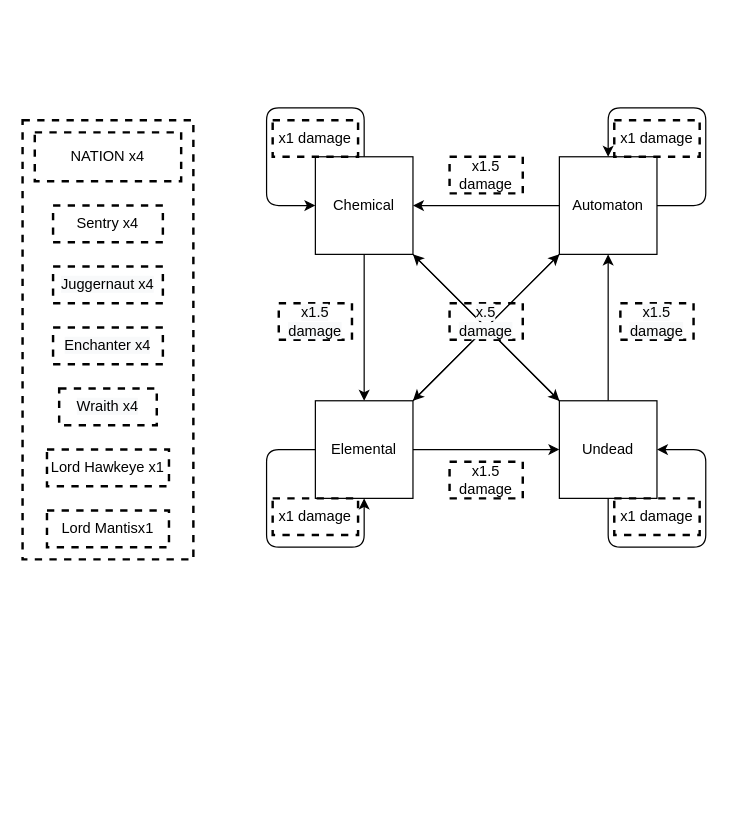
Earlier version of the draw.io diagram diagrams and cards/AllCardsAndElements.drawio (Bogdan405/PolyWarProject). Source tidied: cells renumbered, new cells numbered last; positions are measured from the earlier drawing's top-left corner, leaving out a move shared by most shapes. Both pictures are drawn from the tidied source at 122%, with x=0, y=0 at pixel (22, 107).
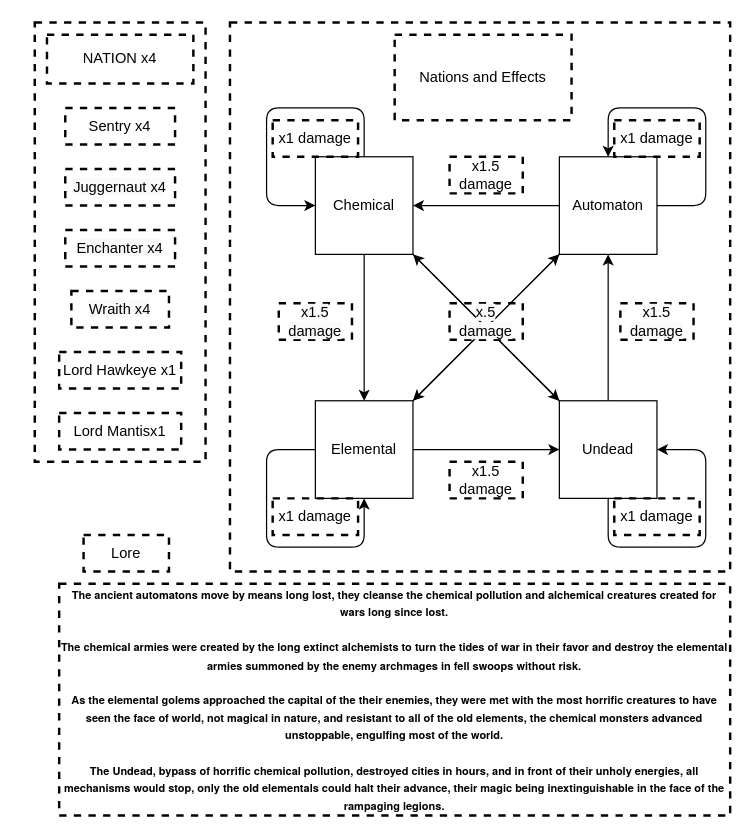
The same diagram, later.

Commit message (it also covers changes not shown here):
Finished Cards Diagram

What changed in the source:
```diff
@@
+    <mxCell id="35" style="rounded=0;whiteSpace=wrap;html=1;dashed=1;strokeColor=#000000;strokeWidth=2;" parent="1" vertex="1">
+      <mxGeometry x="170" y="-70" width="410" height="450" as="geometry" />
+    </mxCell>
@@
     <mxCell id="3" style="rounded=0;whiteSpace=wrap;html=1;dashed=1;strokeColor=#000000;strokeWidth=2;" parent="1" vertex="1">
-      <mxGeometry y="10" width="140" height="360" as="geometry" />
+      <mxGeometry x="10" y="-70" width="140" height="360" as="geometry" />
     </mxCell>
@@
     <mxCell id="14" value="NATION x4" style="rounded=0;whiteSpace=wrap;html=1;dashed=1;strokeColor=#000000;strokeWidth=2;" parent="1" vertex="1">
-      <mxGeometry x="10" y="20" width="120" height="40" as="geometry" />
+      <mxGeometry x="20" y="-60" width="120" height="40" as="geometry" />
     </mxCell>
     <mxCell id="15" value="Lord Mantisx1" style="rounded=0;whiteSpace=wrap;html=1;dashed=1;strokeColor=#000000;strokeWidth=2;" parent="1" vertex="1">
-      <mxGeometry x="20" y="330" width="100" height="30" as="geometry" />
+      <mxGeometry x="30" y="250" width="100" height="30" as="geometry" />
     </mxCell>
     <mxCell id="16" value="Lord Hawkeye x1" style="rounded=0;whiteSpace=wrap;html=1;dashed=1;strokeColor=#000000;strokeWidth=2;" parent="1" vertex="1">
-      <mxGeometry x="20" y="280" width="100" height="30" as="geometry" />
+      <mxGeometry x="30" y="200" width="100" height="30" as="geometry" />
     </mxCell>
     <mxCell id="17" value="&lt;span style=&quot;color: rgb(0 , 0 , 0) ; font-family: &amp;#34;helvetica&amp;#34; ; font-size: 12px ; font-style: normal ; font-weight: 400 ; letter-spacing: normal ; text-align: center ; text-indent: 0px ; text-transform: none ; word-spacing: 0px ; background-color: rgb(248 , 249 , 250) ; display: inline ; float: none&quot;&gt;Wraith x4&lt;/span&gt;" style="rounded=0;whiteSpace=wrap;html=1;dashed=1;strokeColor=#000000;strokeWidth=2;" parent="1" vertex="1">
-      <mxGeometry x="30" y="230" width="80" height="30" as="geometry" />
+      <mxGeometry x="40" y="150" width="80" height="30" as="geometry" />
     </mxCell>
     <mxCell id="18" value="&lt;span style=&quot;color: rgb(0 , 0 , 0) ; font-family: &amp;#34;helvetica&amp;#34; ; font-size: 12px ; font-style: normal ; font-weight: 400 ; letter-spacing: normal ; text-align: center ; text-indent: 0px ; text-transform: none ; word-spacing: 0px ; background-color: rgb(248 , 249 , 250) ; display: inline ; float: none&quot;&gt;Juggernaut x4&lt;/span&gt;" style="rounded=0;whiteSpace=wrap;html=1;dashed=1;strokeColor=#000000;strokeWidth=2;" parent="1" vertex="1">
-      <mxGeometry x="25" y="130" width="90" height="30" as="geometry" />
+      <mxGeometry x="35" y="50" width="90" height="30" as="geometry" />
     </mxCell>
     <mxCell id="19" value="&lt;span style=&quot;color: rgb(0 , 0 , 0) ; font-family: &amp;#34;helvetica&amp;#34; ; font-size: 12px ; font-style: normal ; font-weight: 400 ; letter-spacing: normal ; text-align: center ; text-indent: 0px ; text-transform: none ; word-spacing: 0px ; background-color: rgb(248 , 249 , 250) ; display: inline ; float: none&quot;&gt;Enchanter x4&lt;/span&gt;" style="rounded=0;whiteSpace=wrap;html=1;dashed=1;strokeColor=#000000;strokeWidth=2;" parent="1" vertex="1">
-      <mxGeometry x="25" y="180" width="90" height="30" as="geometry" />
+      <mxGeometry x="35" y="100" width="90" height="30" as="geometry" />
     </mxCell>
     <mxCell id="20" value="Sentry x4" style="rounded=0;whiteSpace=wrap;html=1;dashed=1;strokeColor=#000000;strokeWidth=2;" parent="1" vertex="1">
-      <mxGeometry x="25" y="80" width="90" height="30" as="geometry" />
+      <mxGeometry x="35" width="90" height="30" as="geometry" />
     </mxCell>
@@
+    <mxCell id="36" value="Nations and Effects&lt;br&gt;" style="text;html=1;fillColor=none;align=center;verticalAlign=middle;whiteSpace=wrap;rounded=0;dashed=1;strokeWidth=2;strokeColor=#000000;" parent="1" vertex="1">
+      <mxGeometry x="305" y="-60" width="145" height="70" as="geometry" />
+    </mxCell>
+    <mxCell id="37" value="Lore" style="text;html=1;fillColor=none;align=center;verticalAlign=middle;whiteSpace=wrap;rounded=0;dashed=1;strokeWidth=2;strokeColor=#000000;" parent="1" vertex="1">
+      <mxGeometry x="50" y="350" width="70" height="30" as="geometry" />
+    </mxCell>
+    <mxCell id="38" value="&lt;span style=&quot;font-family: &amp;#34;whitney&amp;#34; , &amp;#34;helvetica neue&amp;#34; , &amp;#34;helvetica&amp;#34; , &amp;#34;arial&amp;#34; , sans-serif ; font-size: 9px ; background-color: rgb(255 , 255 , 255)&quot;&gt;&lt;b&gt;The ancient automatons move by means long lost, they cleanse the chemical pollution and alchemical creatures created for wars long since lost.&lt;br&gt;&lt;br&gt;The chemical armies were created by the long extinct alchemists to turn the tides of war in their favor and destroy the elemental armies summoned by the enemy archmages in fell swoops without risk.&lt;br&gt;&lt;br&gt;As the elemental golems approached the capital of the their enemies, they were met with the most horrific creatures to have seen the face of world, not magical in nature, and resistant to all of the old elements, the chemical monsters advanced unstoppable, engulfing most of the world.&lt;br&gt;&lt;br&gt;The  Undead, bypass of horrific chemical pollution, destroyed cities in hours, and in front of their unholy energies, all mechanisms would stop, only the old elementals could halt their advance, their magic being inextinguishable in the face of the rampaging legions.&lt;/b&gt;&lt;/span&gt;" style="text;html=1;fillColor=none;align=center;verticalAlign=middle;whiteSpace=wrap;rounded=0;dashed=1;strokeWidth=2;strokeColor=#000000;" parent="1" vertex="1">
+      <mxGeometry x="30" y="390" width="550" height="190" as="geometry" />
+    </mxCell>
```
